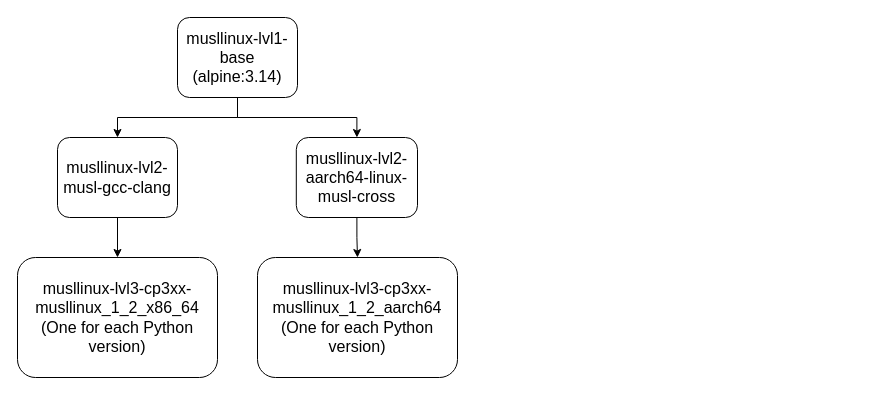
andreslilloortiz/pookie keeps this draw.io diagram as page "musllinux" (2 of 3) of images/Docker_layer_graph.drawio. Above is the earlier version. Source tidied: cells renumbered, new cells numbered last; positions are measured from the earlier drawing's top-left corner, leaving out a move shared by most shapes. Both pictures are drawn from the tidied source at 100%, with x=0, y=0 at pixel (17, 17).
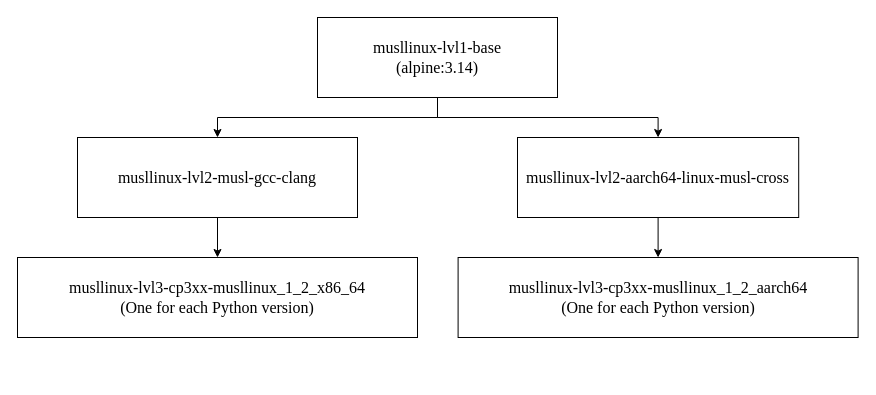
Above is the later version.

The edit, as a diff of the source:
```diff
@@
 <mxGraphModel>
   <root>
     <mxCell id="0" />
     <mxCell id="1" parent="0" />
-    <mxCell id="2" style="edgeStyle=orthogonalEdgeStyle;rounded=0;jettySize=auto;html=1;exitX=0.5;exitY=1;exitDx=0;exitDy=0;entryX=0.5;entryY=0;entryDx=0;entryDy=0;fontSize=16;fontColor=default;" parent="1" edge="1" source="3" target="5">
+    <mxCell id="2" style="edgeStyle=orthogonalEdgeStyle;rounded=0;jettySize=auto;html=1;exitX=0.5;exitY=1;exitDx=0;exitDy=0;entryX=0.5;entryY=0;entryDx=0;entryDy=0;fontSize=16;fontColor=default;fontFamily=Times New Roman;" parent="1" edge="1" source="3" target="5">
       <mxGeometry relative="1" as="geometry" />
     </mxCell>
-    <mxCell id="3" value="&lt;font&gt;musllinux-lvl1-base&lt;br&gt;(alpine:3.14)&lt;/font&gt;" style="rounded=1;whiteSpace=wrap;html=1;fontSize=16;fontColor=default;" parent="1" vertex="1">
-      <mxGeometry x="160" width="120" height="80" as="geometry" />
+    <mxCell id="3" value="&lt;font&gt;musllinux-lvl1-base&lt;br&gt;(alpine:3.14)&lt;/font&gt;" style="rounded=0;whiteSpace=wrap;html=1;fontSize=16;fontColor=default;fontFamily=Times New Roman;" parent="1" vertex="1">
+      <mxGeometry x="300" width="240" height="80" as="geometry" />
     </mxCell>
-    <mxCell id="4" style="edgeStyle=orthogonalEdgeStyle;rounded=0;jettySize=auto;html=1;exitX=0.5;exitY=1;exitDx=0;exitDy=0;fontSize=16;fontColor=default;" parent="1" edge="1" source="5" target="6">
+    <mxCell id="4" style="edgeStyle=orthogonalEdgeStyle;rounded=0;jettySize=auto;html=1;exitX=0.5;exitY=1;exitDx=0;exitDy=0;fontSize=16;fontColor=default;fontFamily=Times New Roman;" parent="1" edge="1" source="5" target="6">
       <mxGeometry relative="1" as="geometry" />
     </mxCell>
-    <mxCell id="5" value="&lt;font&gt;&lt;span style=&quot;&quot;&gt;musllinux-lvl2-&lt;/span&gt;musl-gcc-clang&lt;/font&gt;" style="rounded=1;whiteSpace=wrap;html=1;fontSize=16;fontColor=default;" parent="1" vertex="1">
-      <mxGeometry x="40" y="120" width="120" height="80" as="geometry" />
+    <mxCell id="5" value="&lt;font&gt;&lt;span style=&quot;&quot;&gt;musllinux-lvl2-&lt;/span&gt;musl-gcc-clang&lt;/font&gt;" style="rounded=0;whiteSpace=wrap;html=1;fontSize=16;fontColor=default;fontFamily=Times New Roman;" parent="1" vertex="1">
+      <mxGeometry x="60" y="120" width="280" height="80" as="geometry" />
     </mxCell>
-    <mxCell id="6" value="&lt;div&gt;&lt;font&gt;&lt;span style=&quot;background-color: transparent;&quot;&gt;musllinux&lt;/span&gt;&lt;span style=&quot;&quot;&gt;-&lt;/span&gt;&lt;span style=&quot;&quot;&gt;lvl3&lt;/span&gt;&lt;span style=&quot;&quot;&gt;-&lt;/span&gt;&lt;span style=&quot;&quot;&gt;cp3xx-musllinux_1_2_x86_64&lt;/span&gt;&lt;br&gt;(One for each Python version)&lt;/font&gt;&lt;/div&gt;" style="rounded=1;whiteSpace=wrap;html=1;fontSize=16;fontColor=default;" parent="1" vertex="1">
-      <mxGeometry y="240" width="200" height="120" as="geometry" />
+    <mxCell id="6" value="&lt;div&gt;&lt;font&gt;&lt;span style=&quot;background-color: transparent;&quot;&gt;musllinux&lt;/span&gt;&lt;span style=&quot;&quot;&gt;-&lt;/span&gt;&lt;span style=&quot;&quot;&gt;lvl3&lt;/span&gt;&lt;span style=&quot;&quot;&gt;-&lt;/span&gt;&lt;span style=&quot;&quot;&gt;cp3xx-musllinux_1_2_x86_64&lt;/span&gt;&lt;br&gt;(One for each Python version)&lt;/font&gt;&lt;/div&gt;" style="rounded=0;whiteSpace=wrap;html=1;fontSize=16;fontColor=default;fontFamily=Times New Roman;" parent="1" vertex="1">
+      <mxGeometry y="240" width="400" height="80" as="geometry" />
     </mxCell>
-    <mxCell id="7" value="&lt;font&gt;musllinux-lvl2-aarch64-linux-musl-cross&lt;/font&gt;" style="rounded=1;whiteSpace=wrap;html=1;strokeColor=default;fontSize=16;fontColor=default;" parent="1" vertex="1">
-      <mxGeometry x="278.8" y="120" width="121.2" height="80" as="geometry" />
+    <mxCell id="7" value="&lt;font&gt;musllinux-lvl2-aarch64-linux-musl-cross&lt;/font&gt;" style="rounded=0;whiteSpace=wrap;html=1;strokeColor=default;fontSize=16;fontColor=default;fontFamily=Times New Roman;" parent="1" vertex="1">
+      <mxGeometry x="500" y="120" width="281.2" height="80" as="geometry" />
     </mxCell>
-    <mxCell id="8" style="edgeStyle=orthogonalEdgeStyle;rounded=0;jettySize=auto;html=1;exitX=0.5;exitY=1;exitDx=0;exitDy=0;entryX=0.5;entryY=0;entryDx=0;entryDy=0;fontSize=16;fontColor=default;" parent="1" edge="1" source="3" target="7">
+    <mxCell id="8" style="edgeStyle=orthogonalEdgeStyle;rounded=0;jettySize=auto;html=1;exitX=0.5;exitY=1;exitDx=0;exitDy=0;entryX=0.5;entryY=0;entryDx=0;entryDy=0;fontSize=16;fontColor=default;fontFamily=Times New Roman;" parent="1" edge="1" source="3" target="7">
       <mxGeometry relative="1" as="geometry" />
     </mxCell>
-    <mxCell id="9" value="&lt;font&gt;musllinux-&lt;span style=&quot;&quot;&gt;lvl3&lt;/span&gt;-&lt;span style=&quot;&quot;&gt;cp3xx-musllinux_1_2_aarch64&lt;/span&gt;&lt;/font&gt;&lt;div&gt;&lt;font&gt;(One for each Python version)&lt;/font&gt;&lt;/div&gt;" style="rounded=1;whiteSpace=wrap;html=1;strokeColor=default;fontSize=16;fontColor=default;" parent="1" vertex="1">
-      <mxGeometry x="240" y="240" width="200" height="120" as="geometry" />
+    <mxCell id="9" value="&lt;font&gt;musllinux-&lt;span style=&quot;&quot;&gt;lvl3&lt;/span&gt;-&lt;span style=&quot;&quot;&gt;cp3xx-musllinux_1_2_aarch64&lt;/span&gt;&lt;/font&gt;&lt;div&gt;&lt;font&gt;(One for each Python version)&lt;/font&gt;&lt;/div&gt;" style="rounded=0;whiteSpace=wrap;html=1;strokeColor=default;fontSize=16;fontColor=default;fontFamily=Times New Roman;" parent="1" vertex="1">
+      <mxGeometry x="440.6" y="240" width="400" height="80" as="geometry" />
     </mxCell>
-    <mxCell id="10" style="edgeStyle=orthogonalEdgeStyle;rounded=0;jettySize=auto;html=1;exitX=0.5;exitY=1;exitDx=0;exitDy=0;entryX=0.5;entryY=0;entryDx=0;entryDy=0;fontSize=16;fontColor=default;" parent="1" edge="1" source="7" target="9">
+    <mxCell id="10" style="edgeStyle=orthogonalEdgeStyle;rounded=0;jettySize=auto;html=1;exitX=0.5;exitY=1;exitDx=0;exitDy=0;entryX=0.5;entryY=0;entryDx=0;entryDy=0;fontSize=16;fontColor=default;fontFamily=Times New Roman;" parent="1" edge="1" source="7" target="9">
       <mxGeometry relative="1" as="geometry" />
     </mxCell>
   </root>
 </mxGraphModel>
```
